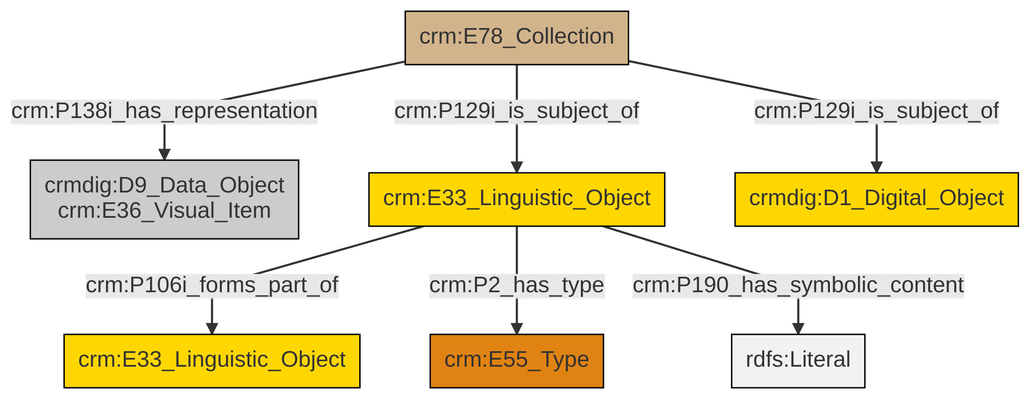
This is et/archivalCSV/ttl/mmd/png/archival_docs.png from swiss-art-research-net/docs.swissartresearch, a Mermaid export, as it was before one commit. Its source is kept beside it as et/archivalCSV/ttl/mmd/archival_docs.ttl.mmd.
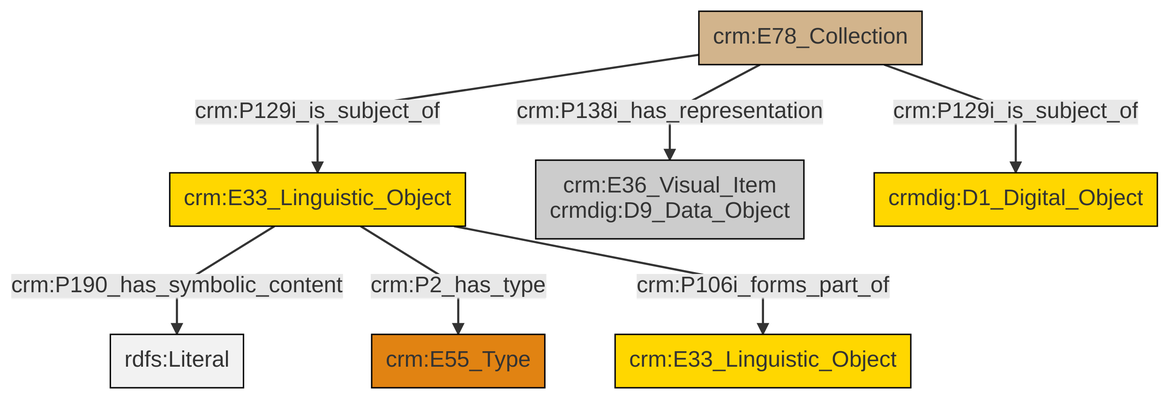
The same file after the commit.

Diff of the diagram source:
```diff
@@ -13,9 +13,9 @@
 classDef PC_Classes fill:#4ce600, stroke:#000000;
 classDef Multi fill:#cccccc,stroke:#000000;
 
-4["crm:E33_Linguistic_Object"]:::Conceptual_Object -->|crm:P106i_forms_part_of| 5["crm:E33_Linguistic_Object"]:::Conceptual_Object
-2["crm:E78_Collection"]:::Physical_Thing -->|crm:P129i_is_subject_of| 4["crm:E33_Linguistic_Object"]:::Conceptual_Object
-2["crm:E78_Collection"]:::Physical_Thing -->|crm:P129i_is_subject_of| 6["crmdig:D1_Digital_Object"]:::Conceptual_Object
-4["crm:E33_Linguistic_Object"]:::Conceptual_Object -->|crm:P2_has_type| 8["crm:E55_Type"]:::Type
-4["crm:E33_Linguistic_Object"]:::Conceptual_Object -->|crm:P190_has_symbolic_content| 13[rdfs:Literal]:::Literal
-2["crm:E78_Collection"]:::Physical_Thing -->|crm:P138i_has_representation| 0["crmdig:D9_Data_Object<br>crm:E36_Visual_Item"]:::Multi
+2["crm:E33_Linguistic_Object"]:::Conceptual_Object -->|crm:P190_has_symbolic_content| 4[rdfs:Literal]:::Literal
+2["crm:E33_Linguistic_Object"]:::Conceptual_Object -->|crm:P2_has_type| 7["crm:E55_Type"]:::Type
+2["crm:E33_Linguistic_Object"]:::Conceptual_Object -->|crm:P106i_forms_part_of| 9["crm:E33_Linguistic_Object"]:::Conceptual_Object
+0["crm:E78_Collection"]:::Physical_Thing -->|crm:P129i_is_subject_of| 13["crmdig:D1_Digital_Object"]:::Conceptual_Object
+0["crm:E78_Collection"]:::Physical_Thing -->|crm:P129i_is_subject_of| 2["crm:E33_Linguistic_Object"]:::Conceptual_Object
+0["crm:E78_Collection"]:::Physical_Thing -->|crm:P138i_has_representation| 5["crm:E36_Visual_Item<br>crmdig:D9_Data_Object"]:::Multi
```
